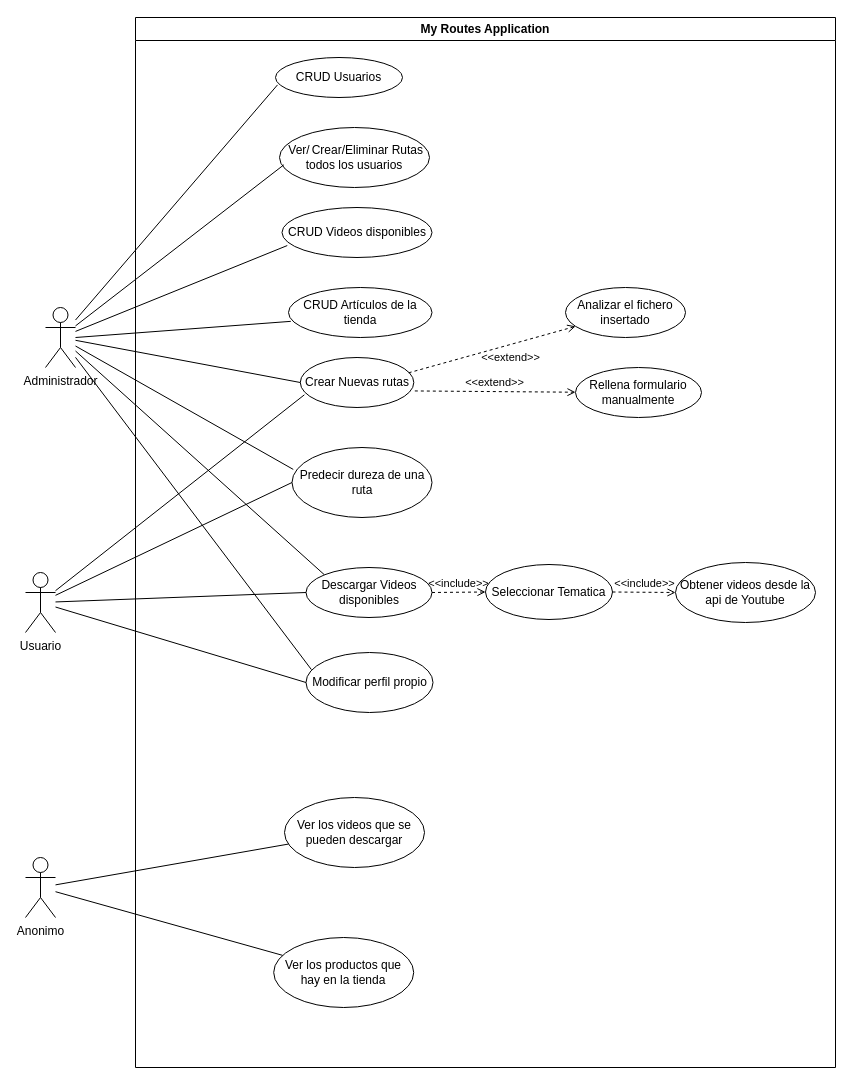
This is DiagramaCasosUso.drawio from Pablolumar1/Diagramas_ProyectoFinal, a draw.io file, before an edit. Source tidied: cells renumbered, new cells numbered last; positions are measured from the earlier drawing's top-left corner, leaving out a move shared by most shapes. Both pictures are drawn from the tidied source at 100%, with x=0, y=0 at pixel (25, 17).
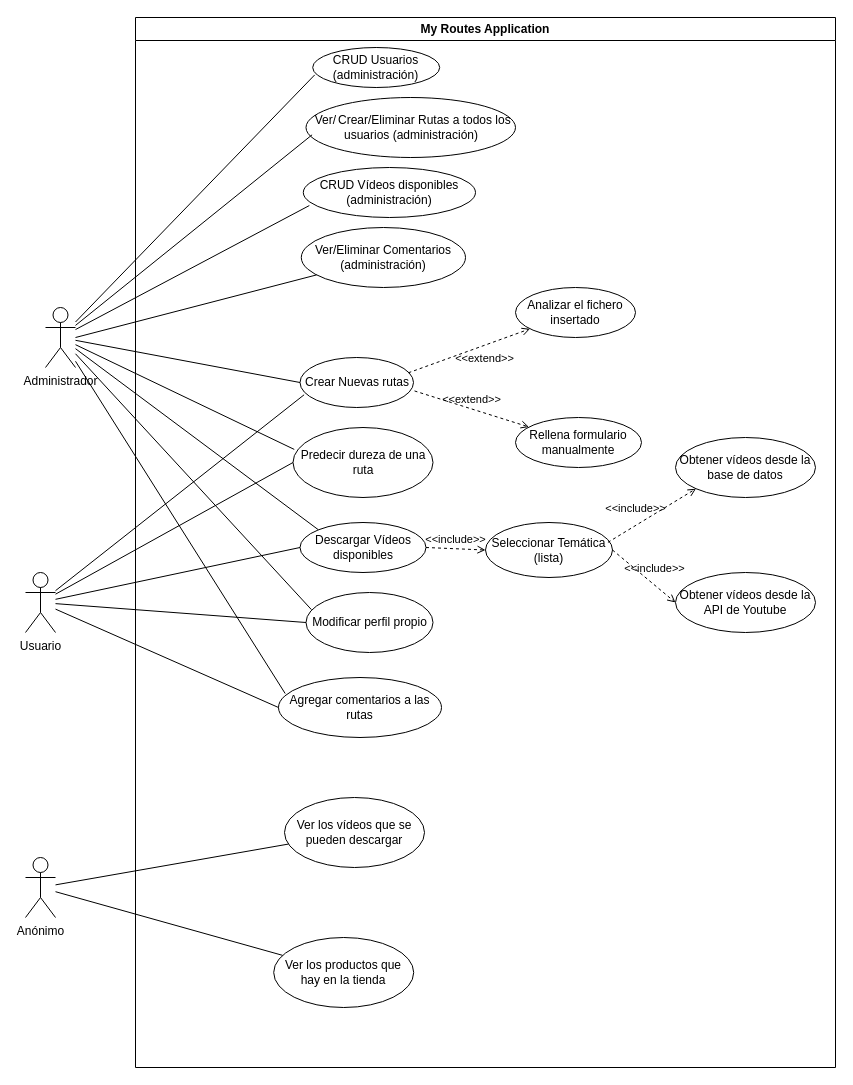
The same diagram, later.

Unchanged cells that the change refers to:
```xml
<mxCell id="3" value="My Routes App&lt;span style=&quot;background-color: transparent; color: light-dark(rgb(0, 0, 0), rgb(255, 255, 255));&quot;&gt;lication&lt;/span&gt;" style="swimlane;whiteSpace=wrap;html=1;startSize=23;" parent="1" vertex="1">
  <mxGeometry x="110" width="700" height="1050" as="geometry" />
</mxCell>
<mxCell id="22" value="Administrador" style="shape=umlActor;verticalLabelPosition=bottom;verticalAlign=top;html=1;outlineConnect=0;" parent="1" vertex="1">
  <mxGeometry x="20" y="290" width="30" height="60" as="geometry" />
</mxCell>
<mxCell id="26" value="Usuario" style="shape=umlActor;verticalLabelPosition=bottom;verticalAlign=top;html=1;outlineConnect=0;" parent="1" vertex="1">
  <mxGeometry y="555" width="30" height="60" as="geometry" />
</mxCell>
```

What changed in the source:
```diff
@@
-    <mxCell id="4" value="CRUD Usuarios" style="ellipse;whiteSpace=wrap;html=1;" parent="3" vertex="1">
-      <mxGeometry x="140" y="40" width="127" height="40" as="geometry" />
+    <mxCell id="4" value="CRUD Usuarios (administración&lt;span style=&quot;background-color: transparent; color: light-dark(rgb(0, 0, 0), rgb(255, 255, 255));&quot;&gt;)&lt;/span&gt;" style="ellipse;whiteSpace=wrap;html=1;" parent="3" vertex="1">
+      <mxGeometry x="177.2" y="30" width="127" height="40" as="geometry" />
     </mxCell>
-    <mxCell id="5" value="&amp;nbsp;Ver/&lt;span style=&quot;white-space: pre;&quot;&gt;&#9;&lt;/span&gt;Crear/Eliminar Rutas todos los usuarios" style="ellipse;whiteSpace=wrap;html=1;" parent="3" vertex="1">
-      <mxGeometry x="144" y="110" width="150" height="60" as="geometry" />
+    <mxCell id="5" value="&amp;nbsp;Ver/&lt;span style=&quot;white-space: pre;&quot;&gt;&#9;&lt;/span&gt;Crear/Eliminar Rutas a todos los usuarios (administración&lt;span style=&quot;color: light-dark(rgb(0, 0, 0), rgb(255, 255, 255)); background-color: transparent;&quot;&gt;)&lt;/span&gt;" style="ellipse;whiteSpace=wrap;html=1;" parent="3" vertex="1">
+      <mxGeometry x="170.5" y="80" width="209.5" height="60" as="geometry" />
     </mxCell>
-    <mxCell id="6" value="CRUD Videos disponibles" style="ellipse;whiteSpace=wrap;html=1;" parent="3" vertex="1">
-      <mxGeometry x="146.5" y="190" width="150" height="50" as="geometry" />
+    <mxCell id="6" value="CRUD Vídeos disponibles&lt;div&gt;(administración&lt;span style=&quot;color: light-dark(rgb(0, 0, 0), rgb(255, 255, 255)); background-color: transparent;&quot;&gt;)&lt;/span&gt;&lt;/div&gt;" style="ellipse;whiteSpace=wrap;html=1;" parent="3" vertex="1">
+      <mxGeometry x="167.8" y="150" width="172.2" height="50" as="geometry" />
     </mxCell>
-    <mxCell id="7" value="CRUD Artículos de la tienda" style="ellipse;whiteSpace=wrap;html=1;" parent="3" vertex="1">
-      <mxGeometry x="153" y="270" width="143.5" height="50" as="geometry" />
-    </mxCell>
     <mxCell id="8" value="Crear Nuevas rutas" style="ellipse;whiteSpace=wrap;html=1;" parent="3" vertex="1">
-      <mxGeometry x="164.8" y="340" width="113.5" height="50" as="geometry" />
+      <mxGeometry x="164.5" y="340" width="113.5" height="50" as="geometry" />
     </mxCell>
     <mxCell id="9" value="Predecir dureza de una ruta" style="ellipse;whiteSpace=wrap;html=1;" parent="3" vertex="1">
-      <mxGeometry x="156.5" y="430" width="140" height="70" as="geometry" />
+      <mxGeometry x="157.5" y="410" width="140" height="70" as="geometry" />
     </mxCell>
-    <mxCell id="10" value="Descargar Videos disponibles" style="ellipse;whiteSpace=wrap;html=1;" parent="3" vertex="1">
-      <mxGeometry x="170.5" y="550" width="126" height="50" as="geometry" />
+    <mxCell id="10" value="Descargar Vídeos disponibles" style="ellipse;whiteSpace=wrap;html=1;" parent="3" vertex="1">
+      <mxGeometry x="164.5" y="505" width="126" height="50" as="geometry" />
     </mxCell>
     <mxCell id="11" value="Modificar perfil propio" style="ellipse;whiteSpace=wrap;html=1;" parent="3" vertex="1">
-      <mxGeometry x="170.5" y="635" width="127" height="60" as="geometry" />
+      <mxGeometry x="170.5" y="575" width="127" height="60" as="geometry" />
     </mxCell>
-    <mxCell id="12" value="Seleccionar Tematica" style="ellipse;whiteSpace=wrap;html=1;" parent="3" vertex="1">
-      <mxGeometry x="350" y="547" width="127" height="55" as="geometry" />
+    <mxCell id="12" value="Seleccionar Temática (lista)" style="ellipse;whiteSpace=wrap;html=1;" parent="3" vertex="1">
+      <mxGeometry x="350" y="505" width="127" height="55" as="geometry" />
     </mxCell>
@@
-    <mxCell id="14" value="Obtener videos desde la api de Youtube" style="ellipse;whiteSpace=wrap;html=1;" parent="3" vertex="1">
-      <mxGeometry x="540" y="545" width="140" height="60" as="geometry" />
+    <mxCell id="14" value="Obtener vídeos desde la API de Youtube" style="ellipse;whiteSpace=wrap;html=1;" parent="3" vertex="1">
+      <mxGeometry x="540" y="555" width="140" height="60" as="geometry" />
     </mxCell>
     <mxCell id="15" value="&amp;lt;&amp;lt;include&amp;gt;&amp;gt;" style="html=1;verticalAlign=bottom;labelBackgroundColor=none;endArrow=open;endFill=0;dashed=1;rounded=0;entryX=0;entryY=0.5;entryDx=0;entryDy=0;exitX=1;exitY=0.5;exitDx=0;exitDy=0;" parent="3" edge="1" source="12" target="14">
-      <mxGeometry relative="1" as="geometry" />
+      <mxGeometry x="0.23" y="6" relative="1" as="geometry" />
     </mxCell>
-    <mxCell id="16" value="Ver los videos que se pueden descargar" style="ellipse;whiteSpace=wrap;html=1;" parent="3" vertex="1">
+    <mxCell id="16" value="Ver los vídeos que se pueden descargar" style="ellipse;whiteSpace=wrap;html=1;" parent="3" vertex="1">
       <mxGeometry x="149" y="780" width="140" height="70" as="geometry" />
     </mxCell>
@@
     <mxCell id="18" value="Rellena formulario manualmente" style="ellipse;whiteSpace=wrap;html=1;" parent="3" vertex="1">
-      <mxGeometry x="440" y="350" width="126" height="50" as="geometry" />
+      <mxGeometry x="380" y="400" width="126" height="50" as="geometry" />
     </mxCell>
@@
     <mxCell id="20" value="Analizar el fichero insertado" style="ellipse;whiteSpace=wrap;html=1;" parent="3" vertex="1">
-      <mxGeometry x="430" y="270" width="120" height="50" as="geometry" />
+      <mxGeometry x="380" y="270" width="120" height="50" as="geometry" />
     </mxCell>
@@
+    <mxCell id="38" value="Agregar comentarios a las rutas" style="ellipse;whiteSpace=wrap;html=1;" parent="3" vertex="1">
+      <mxGeometry x="143" y="660" width="163" height="60" as="geometry" />
+    </mxCell>
+    <mxCell id="39" value="Ver/Eliminar Comentarios (administración&lt;span style=&quot;color: light-dark(rgb(0, 0, 0), rgb(255, 255, 255)); background-color: transparent;&quot;&gt;)&lt;/span&gt;" style="ellipse;whiteSpace=wrap;html=1;" parent="3" vertex="1">
+      <mxGeometry x="165.8" y="210" width="164.2" height="60" as="geometry" />
+    </mxCell>
+    <mxCell id="40" value="Obtener vídeos desde la base de datos" style="ellipse;whiteSpace=wrap;html=1;" parent="3" vertex="1">
+      <mxGeometry x="540" y="420" width="140" height="60" as="geometry" />
+    </mxCell>
+    <mxCell id="41" value="&amp;lt;&amp;lt;include&amp;gt;&amp;gt;" style="html=1;verticalAlign=bottom;labelBackgroundColor=none;endArrow=open;endFill=0;dashed=1;rounded=0;exitX=0.964;exitY=0.361;exitDx=0;exitDy=0;exitPerimeter=0;entryX=0;entryY=1;entryDx=0;entryDy=0;" parent="3" edge="1" source="12" target="40">
+      <mxGeometry x="-0.29" y="7" relative="1" as="geometry" />
+    </mxCell>
@@
-    <mxCell id="25" style="endArrow=none;html=1;rounded=0;entryX=0.016;entryY=0.677;entryDx=0;entryDy=0;entryPerimeter=0;" parent="1" edge="1" target="7">
-      <mxGeometry relative="1" as="geometry">
-        <mxPoint x="50" y="320" as="sourcePoint" />
-      </mxGeometry>
-    </mxCell>
@@
-    <mxCell id="35" value="Anonimo" style="shape=umlActor;html=1;verticalLabelPosition=bottom;verticalAlign=top;align=center;" parent="1" vertex="1">
+    <mxCell id="35" value="Anónimo" style="shape=umlActor;html=1;verticalLabelPosition=bottom;verticalAlign=top;align=center;" parent="1" vertex="1">
       <mxGeometry y="840" width="30" height="60" as="geometry" />
     </mxCell>
@@
+    <mxCell id="42" style="edgeStyle=none;html=1;endArrow=none;verticalAlign=bottom;rounded=0;entryX=0;entryY=0.5;entryDx=0;entryDy=0;" parent="1" edge="1" source="26" target="38">
+      <mxGeometry relative="1" as="geometry" />
+    </mxCell>
+    <mxCell id="43" style="edgeStyle=none;html=1;endArrow=none;verticalAlign=bottom;rounded=0;entryX=0.041;entryY=0.267;entryDx=0;entryDy=0;entryPerimeter=0;" parent="1" edge="1" source="22" target="38">
+      <mxGeometry relative="1" as="geometry" />
+    </mxCell>
+    <mxCell id="44" style="edgeStyle=none;html=1;endArrow=none;verticalAlign=bottom;rounded=0;" parent="1" edge="1" target="39">
+      <mxGeometry relative="1" as="geometry">
+        <mxPoint x="50" y="320" as="sourcePoint" />
+      </mxGeometry>
+    </mxCell>
```
